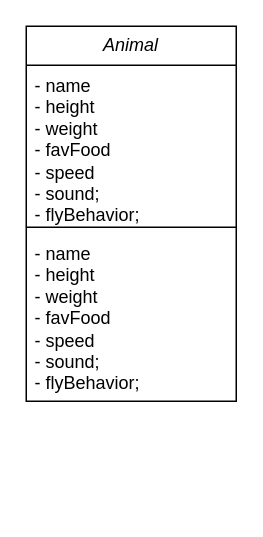
joelau71/uml keeps this draw.io diagram as strategy-animal.drawio. Above is the earlier version. Source tidied: cells renumbered, new cells numbered last; positions are measured from the earlier drawing's top-left corner, leaving out a move shared by most shapes. Both pictures are drawn from the tidied source at 150%, with x=0, y=0 at pixel (26, 26).
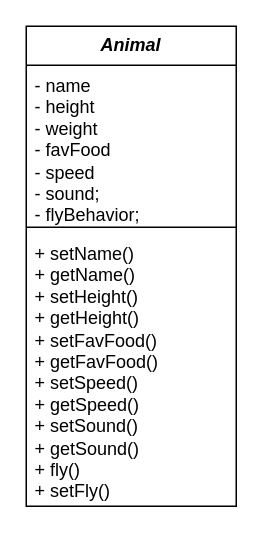
After the change.

Diff of the diagram source:
```diff
@@
 <mxGraphModel>
   <root>
     <mxCell id="0" />
     <mxCell id="1" parent="0" />
-    <mxCell id="2" value="&lt;i&gt;Animal&lt;/i&gt;" style="swimlane;fontStyle=0;horizontal=1;startSize=26;fillColor=none;whiteSpace=wrap;html=1;" parent="1" vertex="1">
-      <mxGeometry width="140" height="250" as="geometry" />
+    <mxCell id="2" value="&lt;b style=&quot;&quot;&gt;&lt;i&gt;Animal&lt;/i&gt;&lt;/b&gt;" style="swimlane;fontStyle=0;horizontal=1;startSize=26;fillColor=none;whiteSpace=wrap;html=1;" parent="1" vertex="1">
+      <mxGeometry width="140" height="320" as="geometry" />
     </mxCell>
     <mxCell id="3" value="&lt;div&gt;- name&lt;/div&gt;&lt;div&gt;- height&lt;/div&gt;&lt;div&gt;- weight&lt;/div&gt;&lt;div&gt;- favFood&lt;/div&gt;&lt;div&gt;- speed&lt;/div&gt;&lt;div&gt;- sound;&lt;/div&gt;&lt;div&gt;- flyBehavior;&lt;/div&gt;" style="text;strokeColor=none;fillColor=none;align=left;verticalAlign=top;spacingLeft=4;spacingRight=4;overflow=hidden;whiteSpace=wrap;html=1;" parent="2" vertex="1">
       <mxGeometry y="26" width="140" height="104" as="geometry" />
     </mxCell>
     <mxCell id="4" style="line;strokeWidth=1;fillColor=none;align=left;verticalAlign=middle;spacingTop=-1;spacingLeft=3;spacingRight=3;labelPosition=right;strokeColor=inherit;" parent="2" vertex="1">
       <mxGeometry y="130" width="140" height="8" as="geometry" />
     </mxCell>
-    <mxCell id="5" value="&lt;div&gt;- name&lt;/div&gt;&lt;div&gt;- height&lt;/div&gt;&lt;div&gt;- weight&lt;/div&gt;&lt;div&gt;- favFood&lt;/div&gt;&lt;div&gt;- speed&lt;/div&gt;&lt;div&gt;- sound;&lt;/div&gt;&lt;div&gt;- flyBehavior;&lt;/div&gt;" style="text;strokeColor=none;fillColor=none;align=left;verticalAlign=top;spacingLeft=4;spacingRight=4;overflow=hidden;whiteSpace=wrap;html=1;" parent="2" vertex="1">
-      <mxGeometry y="138" width="140" height="112" as="geometry" />
+    <mxCell id="5" value="&lt;div&gt;+ setName()&lt;/div&gt;&lt;div&gt;+ getName()&lt;/div&gt;&lt;div&gt;+ setHeight()&lt;/div&gt;&lt;div&gt;+ getHeight()&lt;br&gt;&lt;/div&gt;&lt;div&gt;+ setFavFood()&lt;br&gt;&lt;/div&gt;&lt;div&gt;+ getFavFood()&lt;br&gt;&lt;/div&gt;&lt;div&gt;+&amp;nbsp;setSpeed()&lt;/div&gt;&lt;div&gt;+ getSpeed()&lt;/div&gt;&lt;div&gt;+&amp;nbsp;setSound()&lt;/div&gt;&lt;div&gt;+ getSound()&lt;/div&gt;&lt;div&gt;+&amp;nbsp;fly()&lt;/div&gt;&lt;div&gt;+ setFly()&lt;/div&gt;" style="text;strokeColor=none;fillColor=none;align=left;verticalAlign=top;spacingLeft=4;spacingRight=4;overflow=hidden;whiteSpace=wrap;html=1;" parent="2" vertex="1">
+      <mxGeometry y="138" width="140" height="182" as="geometry" />
     </mxCell>
   </root>
 </mxGraphModel>
```
